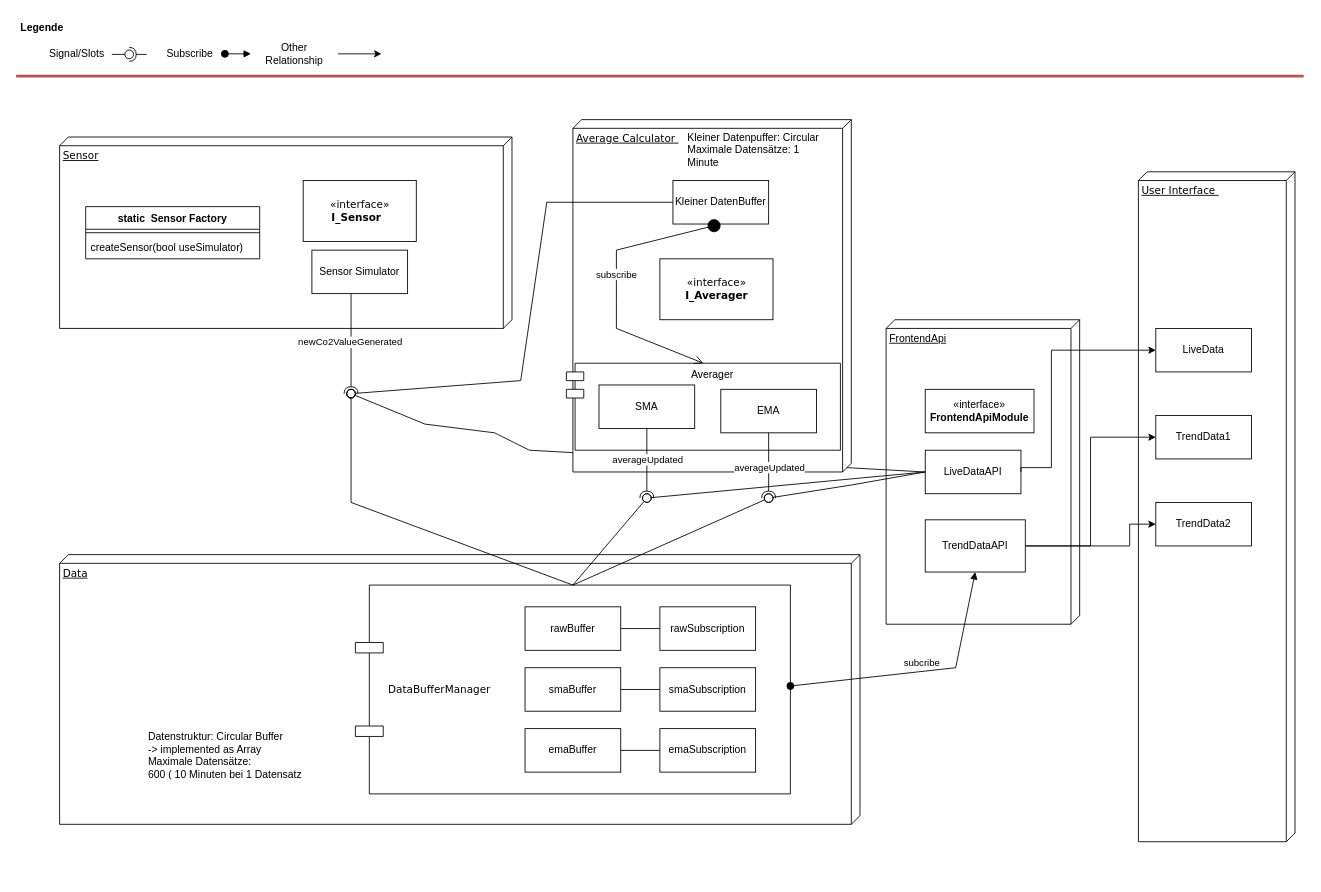
The draw.io diagram Diagramm.drawio in Sebastian-Mueller-F/BreathTrack-C02, before the edit. Source tidied: cells renumbered, new cells numbered last; positions are measured from the earlier drawing's top-left corner, leaving out a move shared by most shapes. Both pictures are drawn from the tidied source at 87%, with x=0, y=0 at pixel (16, 15).
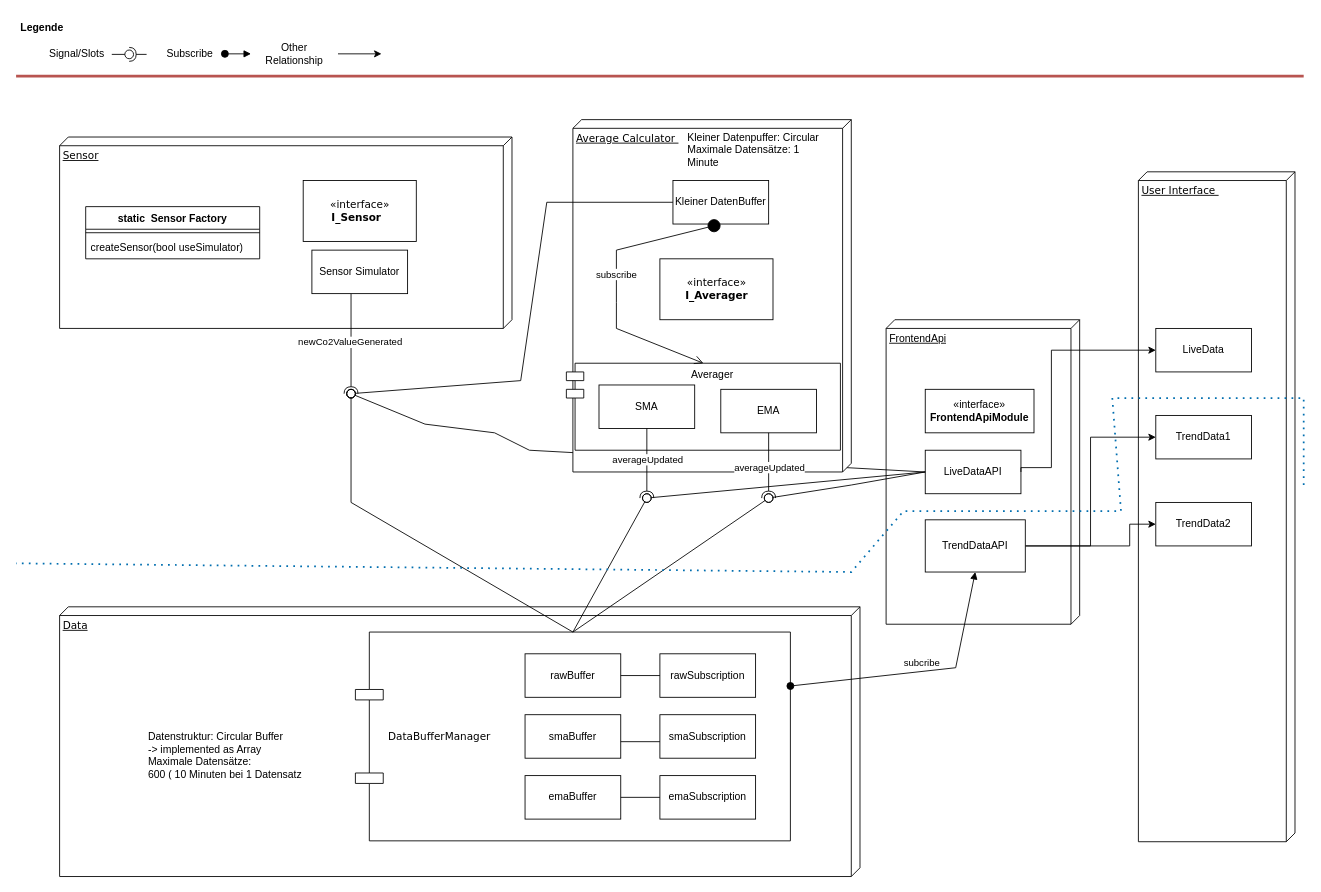
Above is the later version.

What changed in the source:
```diff
@@
     <mxCell id="6" value="Data" style="verticalAlign=top;align=left;spacingTop=8;spacingLeft=2;spacingRight=12;shape=cube;size=10;direction=south;fontStyle=4;html=1;rounded=0;shadow=0;comic=0;labelBackgroundColor=none;strokeWidth=1;fontFamily=Verdana;fontSize=12;" parent="1" vertex="1">
-      <mxGeometry x="50" y="620" width="920" height="310" as="geometry" />
+      <mxGeometry x="50" y="680" width="920" height="310" as="geometry" />
     </mxCell>
@@
     <mxCell id="9" value="DataBufferManager" style="shape=component;align=left;spacingLeft=36;rounded=0;shadow=0;comic=0;labelBackgroundColor=none;strokeWidth=1;fontFamily=Verdana;fontSize=12;html=1;" parent="1" vertex="1">
-      <mxGeometry x="390" y="655" width="500" height="240" as="geometry" />
+      <mxGeometry x="390" y="709" width="500" height="240" as="geometry" />
     </mxCell>
@@
     <mxCell id="44" value="rawSubscription" style="html=1;whiteSpace=wrap;" parent="1" vertex="1">
-      <mxGeometry x="740" y="680" width="110" height="50" as="geometry" />
+      <mxGeometry x="740" y="734" width="110" height="50" as="geometry" />
     </mxCell>
     <mxCell id="45" value="smaSubscription" style="html=1;whiteSpace=wrap;" parent="1" vertex="1">
-      <mxGeometry x="740" y="750" width="110" height="50" as="geometry" />
+      <mxGeometry x="740" y="804" width="110" height="50" as="geometry" />
     </mxCell>
     <mxCell id="46" value="emaSubscription" style="html=1;whiteSpace=wrap;" parent="1" vertex="1">
-      <mxGeometry x="740" y="820" width="110" height="50" as="geometry" />
+      <mxGeometry x="740" y="874" width="110" height="50" as="geometry" />
     </mxCell>
     <mxCell id="47" value="rawBuffer" style="html=1;whiteSpace=wrap;" parent="1" vertex="1">
-      <mxGeometry x="585" y="680" width="110" height="50" as="geometry" />
+      <mxGeometry x="585" y="734" width="110" height="50" as="geometry" />
     </mxCell>
     <mxCell id="48" value="smaBuffer" style="html=1;whiteSpace=wrap;" parent="1" vertex="1">
-      <mxGeometry x="585" y="750" width="110" height="50" as="geometry" />
+      <mxGeometry x="585" y="804" width="110" height="50" as="geometry" />
     </mxCell>
     <mxCell id="49" value="emaBuffer" style="html=1;whiteSpace=wrap;" parent="1" vertex="1">
-      <mxGeometry x="585" y="820" width="110" height="50" as="geometry" />
+      <mxGeometry x="585" y="874" width="110" height="50" as="geometry" />
     </mxCell>
@@
     <mxCell id="59" style="line;strokeWidth=1;fillColor=none;align=left;verticalAlign=middle;spacingTop=-1;spacingLeft=3;spacingRight=3;labelPosition=right;strokeColor=inherit;" parent="1" vertex="1">
-      <mxGeometry x="695" y="841" width="45" height="8" as="geometry" />
+      <mxGeometry x="695" y="895" width="45" height="8" as="geometry" />
     </mxCell>
     <mxCell id="60" style="line;strokeWidth=1;fillColor=none;align=left;verticalAlign=middle;spacingTop=-1;spacingLeft=3;spacingRight=3;labelPosition=right;strokeColor=inherit;" parent="1" vertex="1">
-      <mxGeometry x="695" y="771" width="45" height="8" as="geometry" />
+      <mxGeometry x="695" y="831" width="45" height="8" as="geometry" />
     </mxCell>
     <mxCell id="61" style="line;strokeWidth=1;fillColor=none;align=left;verticalAlign=middle;spacingTop=-1;spacingLeft=3;spacingRight=3;labelPosition=right;strokeColor=inherit;" parent="1" vertex="1">
-      <mxGeometry x="695" y="701" width="45" height="8" as="geometry" />
+      <mxGeometry x="695" y="755" width="45" height="8" as="geometry" />
     </mxCell>
@@
+    <mxCell id="68" style="endArrow=none;dashed=1;html=1;dashPattern=1 3;strokeWidth=2;rounded=0;fillColor=#1ba1e2;strokeColor=#006EAF;" parent="1" edge="1">
+      <mxGeometry relative="1" as="geometry">
+        <mxPoint x="1480" y="540" as="sourcePoint" />
+        <mxPoint y="630" as="targetPoint" />
+        <Array as="points">
+          <mxPoint x="1480" y="440" />
+          <mxPoint x="1260" y="440" />
+          <mxPoint x="1270" y="570" />
+          <mxPoint x="1020" y="570" />
+          <mxPoint x="960" y="640" />
+        </Array>
+      </mxGeometry>
+    </mxCell>
```
